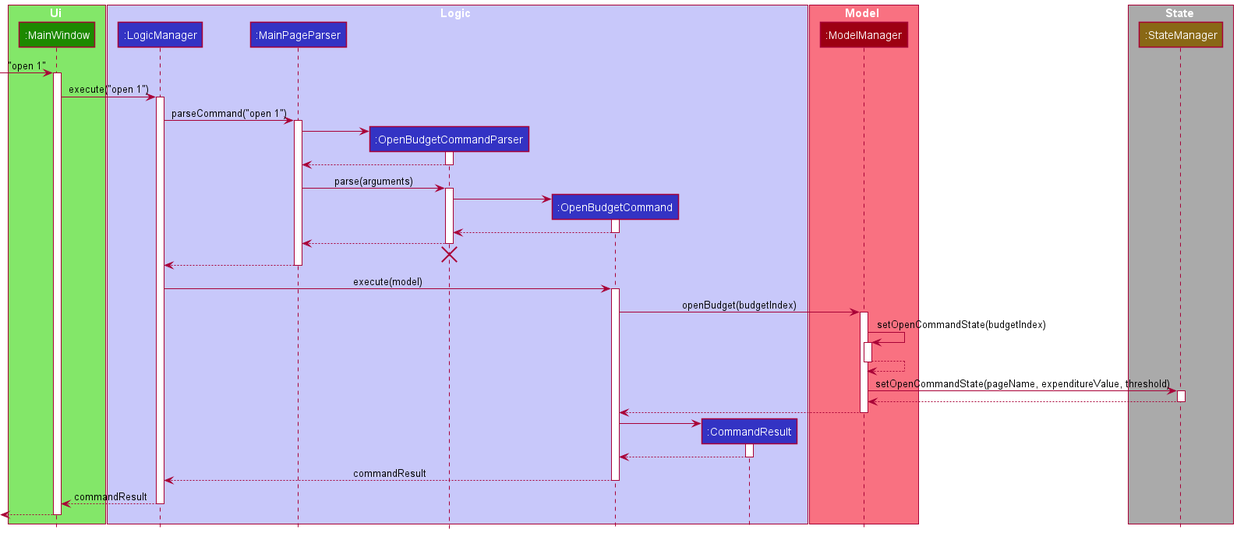
yu-ming-chen/tp keeps this PlantUML diagram as docs/diagrams/UpdateTitleSequenceDiagram.png. Above is the earlier version.
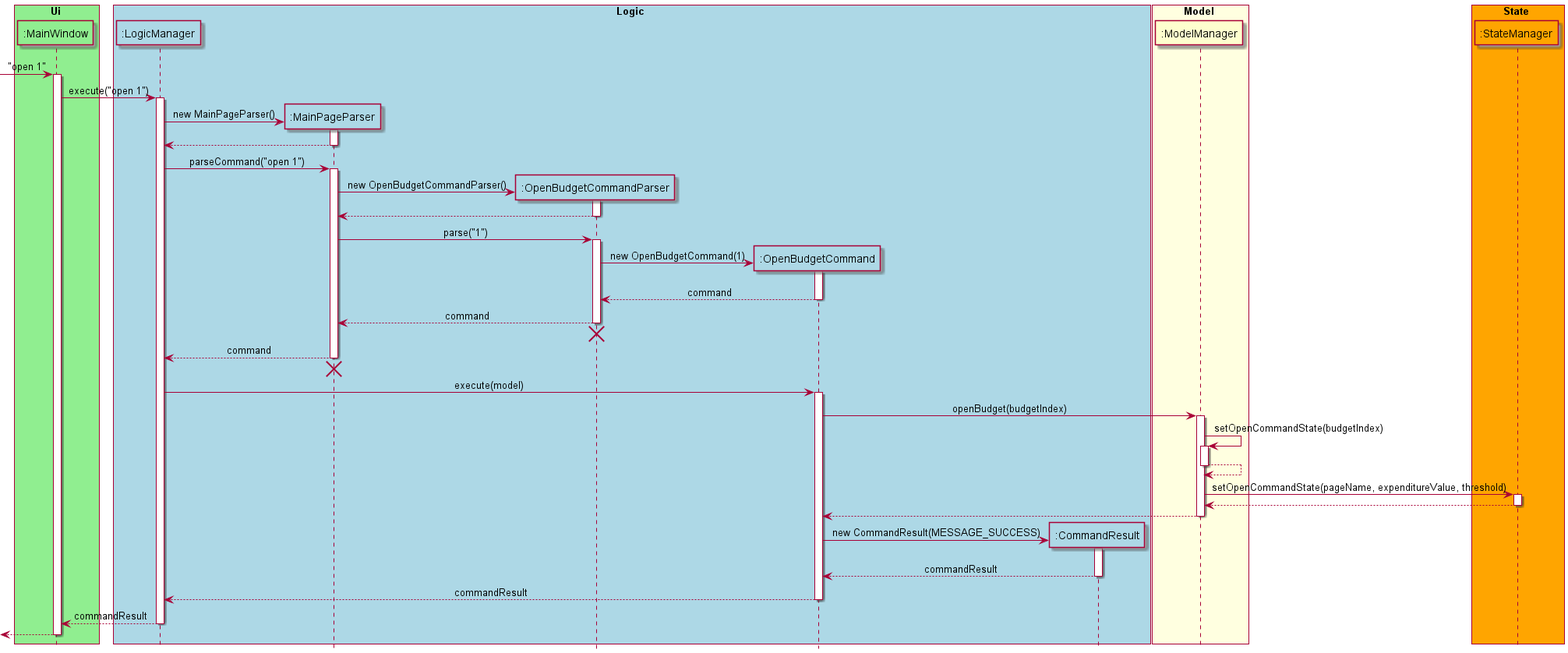
Above is the later version.

What changed in the source:
```diff
@@ -1,24 +1,29 @@
 @startuml
-!include style.puml
 
-box Ui UI_COLOR_T1
-participant ":MainWindow" as MainWindow UI_COLOR
+skinparam Sequence {
+    MessageAlign center
+}
+
+hide footbox
+
+box Ui #LightGreen
+participant ":MainWindow" as MainWindow #LightGreen
 end box
 
-box Logic LOGIC_COLOR_T1
-participant ":LogicManager" as LogicManager LOGIC_COLOR
-participant ":MainPageParser" as MainPageParser LOGIC_COLOR
-participant ":OpenBudgetCommandParser" as OpenBudgetCommandParser LOGIC_COLOR
-participant ":OpenBudgetCommand" as OpenBudgetCommand LOGIC_COLOR
-participant ":CommandResult" as CommandResult LOGIC_COLOR
+box Logic #LightBlue
+participant ":LogicManager" as LogicManager #LightBlue
+participant ":MainPageParser" as MainPageParser #LightBlue
+participant ":OpenBudgetCommandParser" as OpenBudgetCommandParser #LightBlue
+participant ":OpenBudgetCommand" as OpenBudgetCommand #LightBlue
+participant ":CommandResult" as CommandResult #LightBlue
 end box
 
-box Model MODEL_COLOR_T1
-participant ":ModelManager" as ModelManager MODEL_COLOR
+box Model #LightYellow
+participant ":ModelManager" as ModelManager
 end box
 
-box State STATE_COLOR_T1
-participant ":StateManager" as StateManager STATE_COLOR
+box State #Orange
+participant ":StateManager" as StateManager #Orange
 end box
 
 [-> MainWindow : "open 1"
@@ -27,33 +32,41 @@
 MainWindow -> LogicManager : execute("open 1")
 activate LogicManager
 
+create MainPageParser
+LogicManager -> MainPageParser : new MainPageParser()
+activate MainPageParser
+MainPageParser --> LogicManager
+deactivate MainPageParser
+
 LogicManager -> MainPageParser : parseCommand("open 1")
 activate MainPageParser
 
 create OpenBudgetCommandParser
-MainPageParser -> OpenBudgetCommandParser
+MainPageParser -> OpenBudgetCommandParser : new OpenBudgetCommandParser()
 activate OpenBudgetCommandParser
 
 OpenBudgetCommandParser --> MainPageParser
 deactivate OpenBudgetCommandParser
 
-MainPageParser -> OpenBudgetCommandParser : parse(arguments)
+MainPageParser -> OpenBudgetCommandParser : parse("1")
 activate OpenBudgetCommandParser
 
 create OpenBudgetCommand
-OpenBudgetCommandParser -> OpenBudgetCommand
+OpenBudgetCommandParser -> OpenBudgetCommand : new OpenBudgetCommand(1)
 activate OpenBudgetCommand
 
-OpenBudgetCommand --> OpenBudgetCommandParser
+OpenBudgetCommand --> OpenBudgetCommandParser : command
 deactivate OpenBudgetCommand
 
-OpenBudgetCommandParser --> MainPageParser
+OpenBudgetCommandParser --> MainPageParser : command
 deactivate OpenBudgetCommandParser
 OpenBudgetCommandParser -[hidden]-> MainPageParser
 destroy OpenBudgetCommandParser
 
-MainPageParser --> LogicManager
+MainPageParser --> LogicManager : command
 deactivate MainPageParser
+MainPageParser -[hidden]-> LogicManager
+destroy MainPageParser
 
 LogicManager -> OpenBudgetCommand : execute(model)
 activate OpenBudgetCommand
@@ -76,10 +89,10 @@
 deactivate ModelManager
 
 create CommandResult
-OpenBudgetCommand -> CommandResult
+OpenBudgetCommand -> CommandResult : new CommandResult(MESSAGE_SUCCESS)
 activate CommandResult
 
-CommandResult --> OpenBudgetCommand
+CommandResult --> OpenBudgetCommand : commandResult
 deactivate CommandResult
 
 OpenBudgetCommand --> LogicManager : commandResult
```
